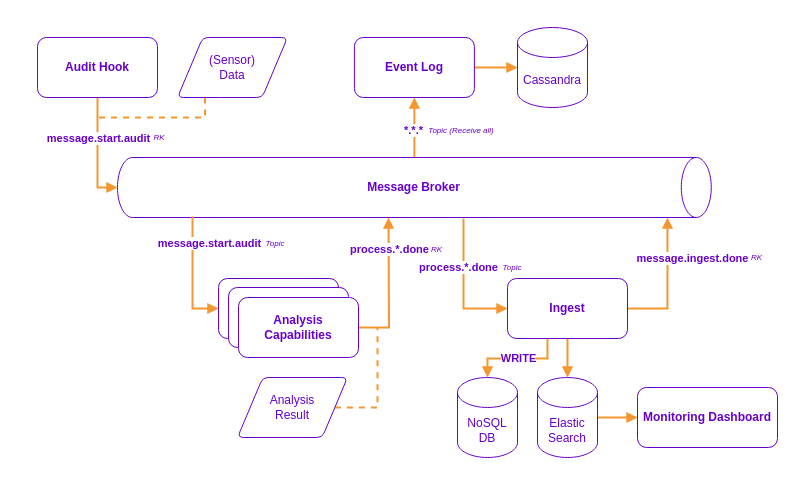
gullskatten/BPMN-models keeps this draw.io diagram as page "Page-2" (2 of 2) of rabbit_connections.drawio. Above is the earlier version. Source tidied: cells renumbered, new cells numbered last; positions are measured from the earlier drawing's top-left corner, leaving out a move shared by most shapes. Both pictures are drawn from the tidied source at 100%, with x=0, y=0 at pixel (17, -110).
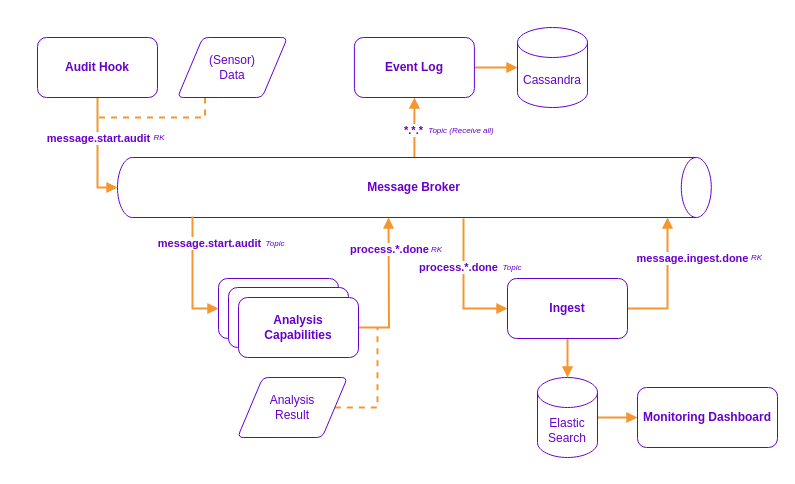
Above is the later version.

Unchanged cells that the change refers to:
```xml
<mxCell id="19" value="&lt;font color=&quot;#6600cc&quot;&gt;Ingest&lt;/font&gt;" style="rounded=1;whiteSpace=wrap;html=1;fontColor=#663300;strokeColor=#6600CC;fillColor=#FFFFFF;fontStyle=1;" parent="1" vertex="1">
  <mxGeometry x="490" y="388" width="120" height="60" as="geometry" />
</mxCell>
```

Change to the diagram source:
```diff
@@
-    <mxCell id="17" style="edgeStyle=orthogonalEdgeStyle;rounded=0;jettySize=auto;html=1;entryX=0.5;entryY=0;entryDx=0;entryDy=0;entryPerimeter=0;fontColor=#6600CC;endArrow=block;endFill=1;strokeColor=#F49731;strokeWidth=2;" parent="1" edge="1" source="19" target="33">
-      <mxGeometry relative="1" as="geometry">
-        <Array as="points">
-          <mxPoint x="530" y="468" />
-          <mxPoint x="470" y="468" />
-        </Array>
-      </mxGeometry>
-    </mxCell>
-    <mxCell id="18" value="WRITE" style="edgeLabel;html=1;align=center;verticalAlign=middle;fontColor=#6600CC;fontStyle=1;" parent="17" vertex="1">
-      <mxGeometry x="0.03" relative="1" as="geometry">
-        <mxPoint x="1" y="-1" as="offset" />
-      </mxGeometry>
-    </mxCell>
@@
-    <mxCell id="33" value="NoSQL&lt;br&gt;DB" style="shape=cylinder3;whiteSpace=wrap;html=1;boundedLbl=1;backgroundOutline=1;size=15;fontColor=#6600CC;strokeColor=#6600CC;fillColor=#FFFFFF;" parent="1" vertex="1">
-      <mxGeometry x="440" y="487" width="60" height="80" as="geometry" />
-    </mxCell>
```
